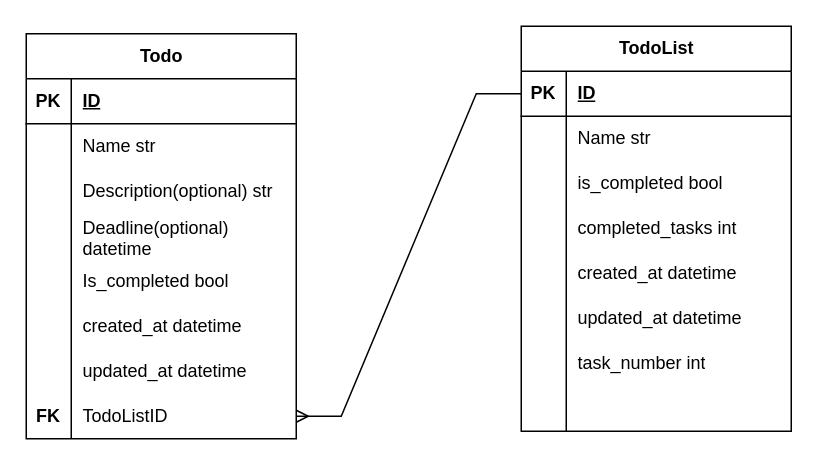
The draw.io diagram Todo_list_app.drawio in lexynovicecoder/Todo_list_app, before the edit. Source tidied: cells renumbered, new cells numbered last; positions are measured from the earlier drawing's top-left corner, leaving out a move shared by most shapes. Both pictures are drawn from the tidied source at 150%, with x=0, y=0 at pixel (26, 26).
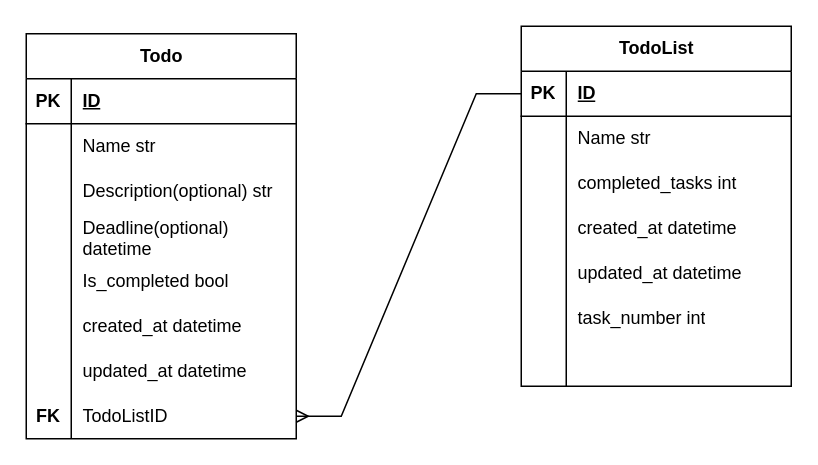
The same page after the edit.

Change to the diagram source:
```diff
@@
     <mxCell id="27" value="TodoList" style="shape=table;startSize=30;childLayout=tableLayout;rowLines=0;fontStyle=1;align=center;html=1;" parent="1" vertex="1">
-      <mxGeometry x="330" width="180" height="270" as="geometry" />
+      <mxGeometry x="330" width="180" height="240" as="geometry" />
     </mxCell>
@@
-    <mxCell id="34" style="shape=tableRow;horizontal=0;startSize=0;swimlaneHead=0;swimlaneBody=0;fillColor=none;top=0;left=0;right=0;bottom=0;" parent="27" vertex="1">
-      <mxGeometry y="90" width="180" height="30" as="geometry" />
-    </mxCell>
-    <mxCell id="35" style="shape=partialRectangle;fillColor=none;top=0;left=0;bottom=0;right=0;overflow=hidden;whiteSpace=wrap;html=1;" parent="34" vertex="1">
-      <mxGeometry width="30" height="30" as="geometry" />
-    </mxCell>
-    <mxCell id="36" value="is_completed bool" style="shape=partialRectangle;fillColor=none;top=0;left=0;bottom=0;right=0;align=left;spacingLeft=6;overflow=hidden;whiteSpace=wrap;html=1;" parent="34" vertex="1">
-      <mxGeometry x="30" width="150" height="30" as="geometry" />
-    </mxCell>
     <mxCell id="37" style="shape=tableRow;horizontal=0;startSize=0;swimlaneHead=0;swimlaneBody=0;fillColor=none;top=0;left=0;right=0;bottom=0;" parent="27" vertex="1">
-      <mxGeometry y="120" width="180" height="30" as="geometry" />
+      <mxGeometry y="90" width="180" height="30" as="geometry" />
     </mxCell>
@@
     <mxCell id="40" style="shape=tableRow;horizontal=0;startSize=0;swimlaneHead=0;swimlaneBody=0;fillColor=none;top=0;left=0;right=0;bottom=0;" parent="27" vertex="1">
-      <mxGeometry y="150" width="180" height="30" as="geometry" />
+      <mxGeometry y="120" width="180" height="30" as="geometry" />
     </mxCell>
@@
     <mxCell id="43" style="shape=tableRow;horizontal=0;startSize=0;swimlaneHead=0;swimlaneBody=0;fillColor=none;top=0;left=0;right=0;bottom=0;" parent="27" vertex="1">
-      <mxGeometry y="180" width="180" height="30" as="geometry" />
+      <mxGeometry y="150" width="180" height="30" as="geometry" />
     </mxCell>
@@
     <mxCell id="46" style="shape=tableRow;horizontal=0;startSize=0;swimlaneHead=0;swimlaneBody=0;fillColor=none;top=0;left=0;right=0;bottom=0;" parent="27" vertex="1">
-      <mxGeometry y="210" width="180" height="30" as="geometry" />
+      <mxGeometry y="180" width="180" height="30" as="geometry" />
     </mxCell>
@@
     <mxCell id="49" style="shape=tableRow;horizontal=0;startSize=0;swimlaneHead=0;swimlaneBody=0;fillColor=none;top=0;left=0;right=0;bottom=0;" parent="27" vertex="1">
-      <mxGeometry y="240" width="180" height="30" as="geometry" />
+      <mxGeometry y="210" width="180" height="30" as="geometry" />
     </mxCell>
```
